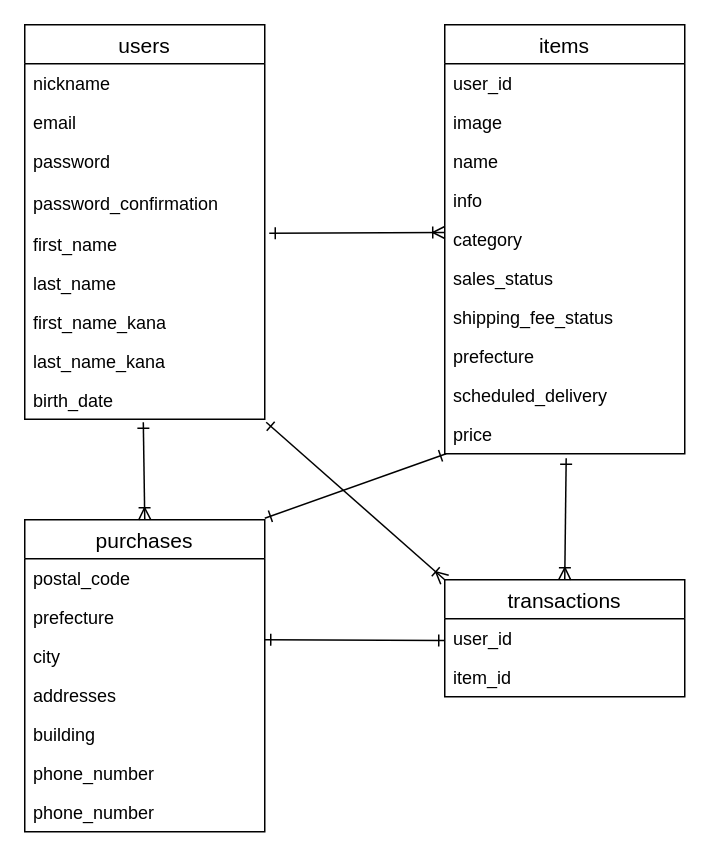
Before: app/models/ER.dio in kentaroupstream/furima-29337, a draw.io diagram. Source tidied: cells renumbered, new cells numbered last; positions are measured from the earlier drawing's top-left corner, leaving out a move shared by most shapes. Both pictures are drawn from the tidied source at 150%, with x=0, y=0 at pixel (24, 24).
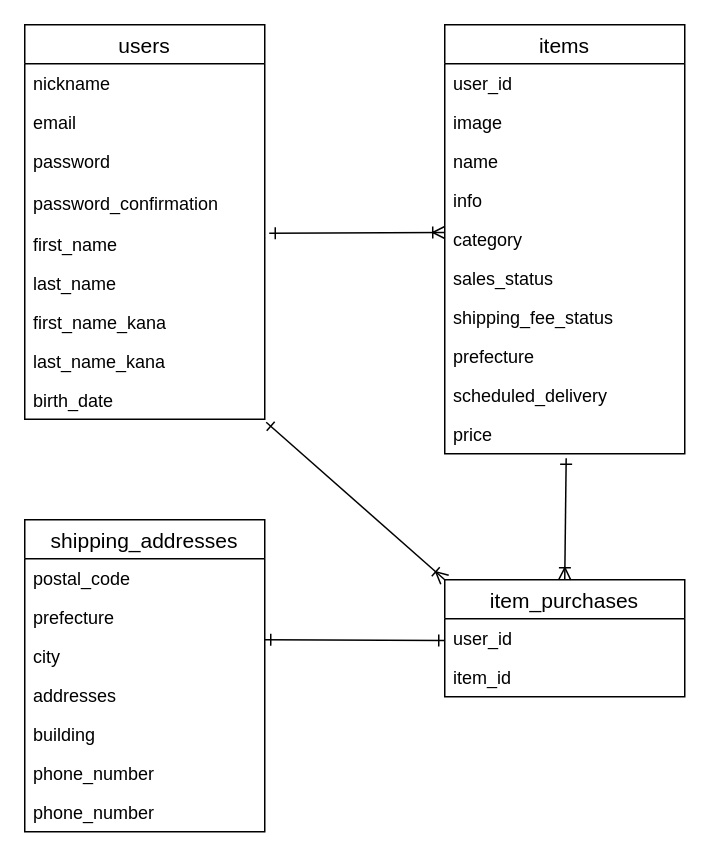
The same diagram, later.

Commit message (it also covers changes not shown here):
修正点の修正３

The change refers to these unchanged cells:
```xml
<mxCell id="11" value="birth_date" style="text;strokeColor=none;fillColor=none;spacingLeft=4;spacingRight=4;overflow=hidden;points=[[0,0.5],[1,0.5]];portConstraint=eastwest;fontSize=12;" parent="2" vertex="1">
  <mxGeometry y="237" width="160" height="26" as="geometry" />
</mxCell>
<mxCell id="24" value="price" style="text;strokeColor=none;fillColor=none;spacingLeft=4;spacingRight=4;overflow=hidden;points=[[0,0.5],[1,0.5]];portConstraint=eastwest;fontSize=12;" parent="13" vertex="1">
  <mxGeometry y="260" width="160" height="26" as="geometry" />
</mxCell>
```

Change to the diagram source:
```diff
@@
-    <mxCell id="25" value="purchases" style="swimlane;fontStyle=0;horizontal=1;startSize=26;align=center;fontSize=14;" parent="1" vertex="1">
+    <mxCell id="25" value="shipping_addresses" style="swimlane;fontStyle=0;horizontal=1;startSize=26;align=center;fontSize=14;" parent="1" vertex="1">
       <mxGeometry y="330" width="160" height="208" as="geometry" />
     </mxCell>
@@
-    <mxCell id="33" value="transactions" style="swimlane;fontStyle=0;horizontal=1;startSize=26;align=center;fontSize=14;" parent="1" vertex="1">
+    <mxCell id="33" value="item_purchases" style="swimlane;fontStyle=0;horizontal=1;startSize=26;align=center;fontSize=14;" parent="1" vertex="1">
       <mxGeometry x="280" y="370" width="160" height="78" as="geometry" />
     </mxCell>
@@
-    <mxCell id="36" style="endArrow=ERoneToMany;html=1;rounded=0;startArrow=ERone;startFill=0;endFill=0;exitX=0.494;exitY=1.077;exitDx=0;exitDy=0;exitPerimeter=0;" parent="1" edge="1" source="11">
-      <mxGeometry relative="1" as="geometry">
-        <mxPoint x="80" y="330" as="targetPoint" />
-      </mxGeometry>
-    </mxCell>
@@
-    <mxCell id="39" style="endArrow=ERone;html=1;rounded=0;startArrow=ERone;startFill=0;endFill=0;entryX=0.006;entryY=1;entryDx=0;entryDy=0;entryPerimeter=0;" parent="1" edge="1" target="24">
-      <mxGeometry relative="1" as="geometry">
-        <mxPoint x="160" y="329" as="sourcePoint" />
-      </mxGeometry>
-    </mxCell>
```
